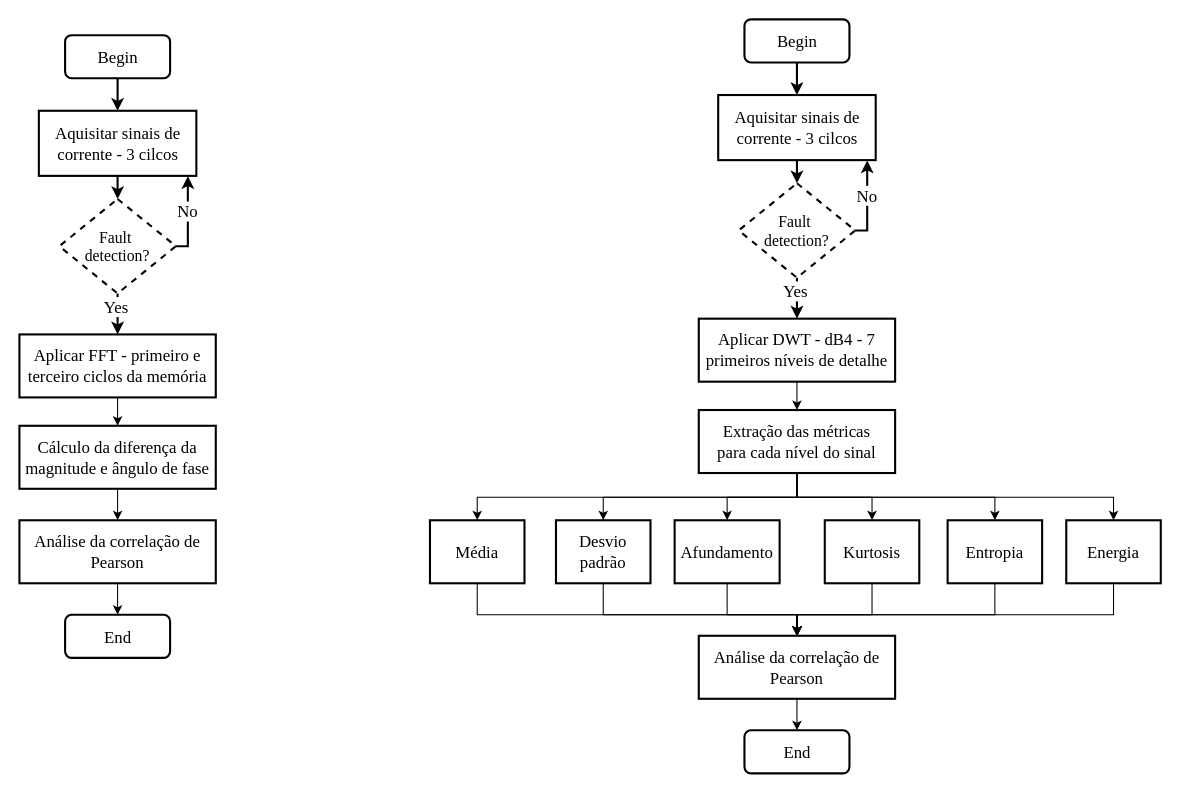
The draw.io diagram rotina_localizacao.drawio in CaioVCGrilo/fluxogramas, before the edit. Source tidied: cells renumbered, new cells numbered last; positions are measured from the earlier drawing's top-left corner, leaving out a move shared by most shapes. Both pictures are drawn from the tidied source at 105%, with x=0, y=0 at pixel (19, 19).
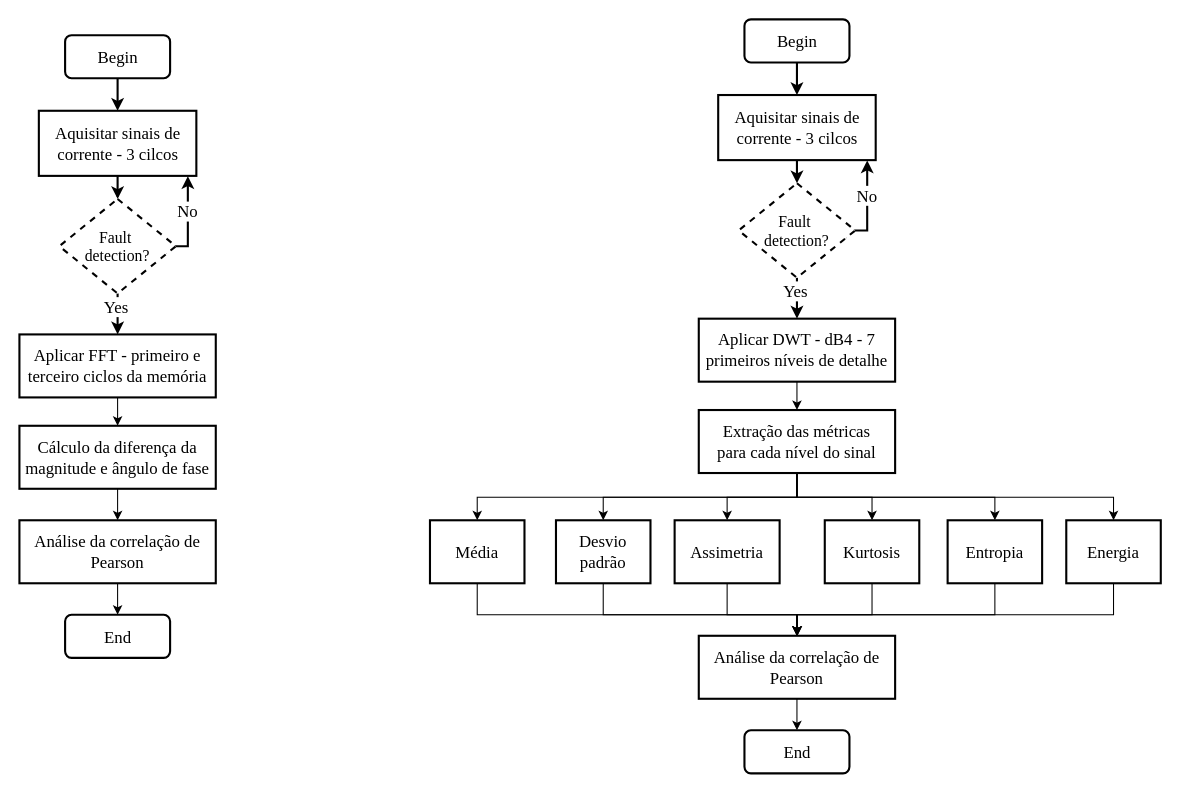
The same diagram, later.

Change to the diagram source:
```diff
@@
-    <mxCell id="44" value="&lt;font face=&quot;Times New Roman&quot;&gt;&lt;span style=&quot;font-size: 16px;&quot;&gt;Afundamento&lt;/span&gt;&lt;/font&gt;" style="whiteSpace=wrap;html=1;strokeWidth=2;" parent="1" vertex="1">
+    <mxCell id="44" value="&lt;font face=&quot;Times New Roman&quot;&gt;&lt;span style=&quot;font-size: 16px;&quot;&gt;Assimetria&lt;/span&gt;&lt;/font&gt;" style="whiteSpace=wrap;html=1;strokeWidth=2;" parent="1" vertex="1">
       <mxGeometry x="624" y="477" width="100" height="60" as="geometry" />
     </mxCell>
```
